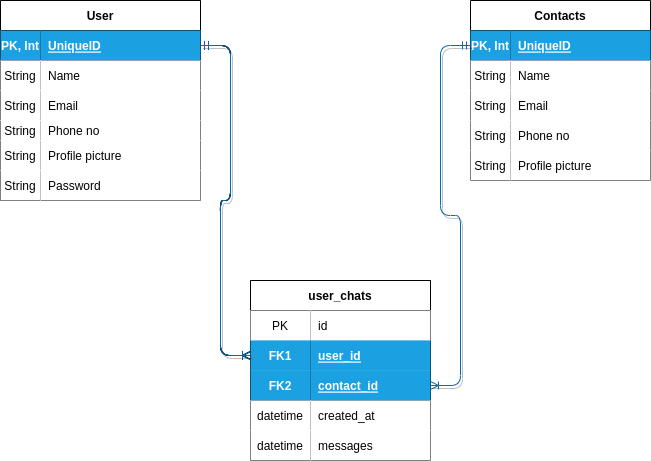
Ron-Maina/ChatWave keeps this draw.io diagram as domain.drawio.png. Above is the earlier version. Source tidied: cells renumbered, new cells last; positions are measured from the earlier drawing's top-left corner, leaving out a move shared by most shapes.
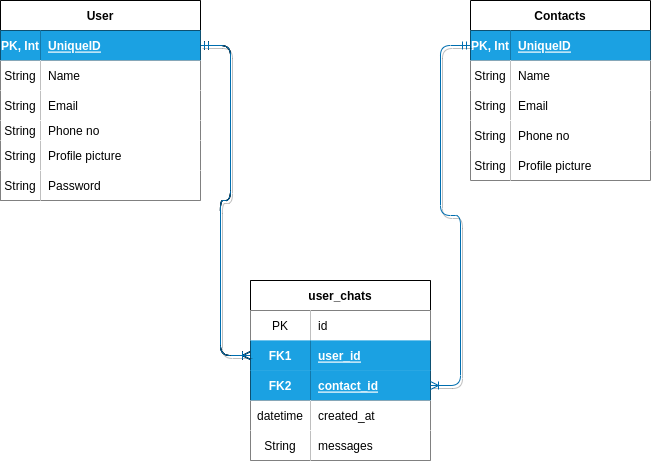
Later version of the same file.

Change to the diagram source:
```diff
@@ -263,7 +263,7 @@
     <mxCell id="87" style="shape=tableRow;horizontal=0;startSize=0;swimlaneHead=0;swimlaneBody=0;fillColor=none;top=0;left=0;right=0;bottom=0;" parent="74" vertex="1">
       <mxGeometry y="150" width="180" height="30" as="geometry" />
     </mxCell>
-    <mxCell id="88" value="datetime" style="shape=partialRectangle;top=0;left=0;bottom=0;right=0;overflow=hidden;" parent="87" vertex="1">
+    <mxCell id="88" value="String" style="shape=partialRectangle;top=0;left=0;bottom=0;right=0;overflow=hidden;" parent="87" vertex="1">
       <mxGeometry width="60" height="30" as="geometry" />
     </mxCell>
     <mxCell id="89" value="messages" style="shape=partialRectangle;top=0;left=0;bottom=0;right=0;align=left;spacingLeft=6;overflow=hidden;" parent="87" vertex="1">
```
